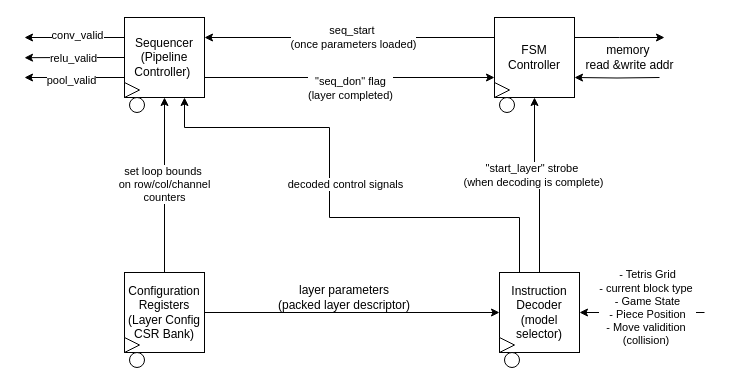
Before: rtl_diagrams/ai_cu.drawio in mixuanpan/starboy, a draw.io diagram. Source tidied: cells renumbered, new cells numbered last; positions are measured from the earlier drawing's top-left corner, leaving out a move shared by most shapes. Both pictures are drawn from the tidied source at 100%, with x=0, y=0 at pixel (24, 17).
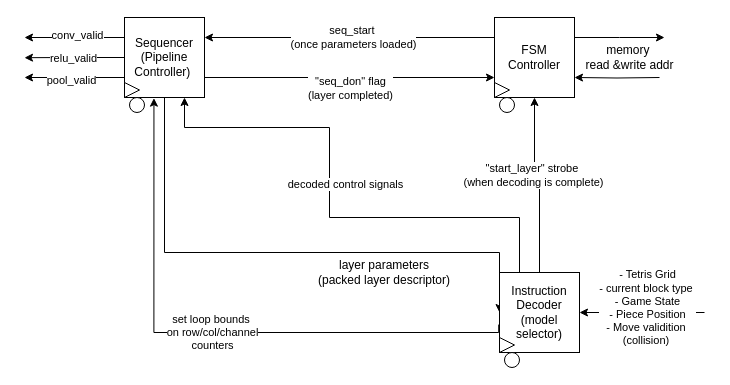
The same diagram, later.

Commit message:
ai cu eliminate config

The change refers to these unchanged cells:
```xml
<mxCell id="10" value="Sequencer (Pipeline Controller)&amp;nbsp;" style="whiteSpace=wrap;html=1;" parent="1" vertex="1">
  <mxGeometry x="100" width="80" height="80" as="geometry" />
</mxCell>
<mxCell id="22" value="Instruction Decoder&lt;div&gt;(model selector)&lt;/div&gt;" style="whiteSpace=wrap;html=1;" parent="1" vertex="1">
  <mxGeometry x="475" y="255" width="80" height="80" as="geometry" />
</mxCell>
```

What changed in the source:
```diff
@@
-    <mxCell id="15" style="edgeStyle=orthogonalEdgeStyle;rounded=0;jettySize=auto;html=1;" parent="1" edge="1" source="17" target="22">
-      <mxGeometry relative="1" as="geometry" />
+    <mxCell id="15" style="edgeStyle=orthogonalEdgeStyle;rounded=0;jettySize=auto;html=1;exitX=0.5;exitY=1;exitDx=0;exitDy=0;entryX=0;entryY=0.5;entryDx=0;entryDy=0;" parent="1" edge="1" source="10" target="22">
+      <mxGeometry relative="1" as="geometry">
+        <Array as="points">
+          <mxPoint x="140" y="235" />
+          <mxPoint x="475" y="235" />
+        </Array>
+      </mxGeometry>
     </mxCell>
-    <mxCell id="16" value="set loop bounds&amp;nbsp;&lt;div&gt;on row/col/channel&lt;/div&gt;&lt;div&gt;counters&lt;/div&gt;" style="edgeStyle=orthogonalEdgeStyle;rounded=0;jettySize=auto;html=1;" parent="1" edge="1" source="17" target="10">
-      <mxGeometry relative="1" as="geometry" />
+    <mxCell id="16" value="set loop bounds&amp;nbsp;&lt;div&gt;on row/col/channel&lt;/div&gt;&lt;div&gt;counters&lt;/div&gt;" style="edgeStyle=orthogonalEdgeStyle;rounded=0;jettySize=auto;html=1;entryX=0.368;entryY=1.008;entryDx=0;entryDy=0;entryPerimeter=0;exitX=-0.01;exitY=0.651;exitDx=0;exitDy=0;exitPerimeter=0;" parent="1" edge="1" source="22" target="10">
+      <mxGeometry relative="1" as="geometry">
+        <Array as="points">
+          <mxPoint x="474" y="315" />
+          <mxPoint x="130" y="315" />
+          <mxPoint x="130" y="81" />
+        </Array>
+      </mxGeometry>
     </mxCell>
-    <mxCell id="17" value="Configuration Registers (Layer Config CSR Bank)" style="whiteSpace=wrap;html=1;" parent="1" vertex="1">
-      <mxGeometry x="100" y="255" width="80" height="80" as="geometry" />
-    </mxCell>
@@
-    <mxCell id="23" value="layer parameters&lt;div&gt;(packed layer descriptor)&lt;/div&gt;" style="text;html=1;align=center;verticalAlign=middle;whiteSpace=wrap;rounded=0;" parent="1" vertex="1">
-      <mxGeometry x="240" y="260" width="160" height="40" as="geometry" />
-    </mxCell>
@@
-    <mxCell id="33" style="triangle;whiteSpace=wrap;html=1;" parent="1" vertex="1">
-      <mxGeometry x="100" y="320" width="15" height="15" as="geometry" />
-    </mxCell>
-    <mxCell id="34" style="ellipse;whiteSpace=wrap;html=1;" parent="1" vertex="1">
-      <mxGeometry x="105" y="335" width="15" height="15" as="geometry" />
-    </mxCell>
@@
+    <mxCell id="23" value="layer parameters&lt;div&gt;(packed layer descriptor)&lt;/div&gt;" style="text;html=1;align=center;verticalAlign=middle;whiteSpace=wrap;rounded=0;" parent="1" vertex="1">
+      <mxGeometry x="280" y="235" width="160" height="40" as="geometry" />
+    </mxCell>
```
